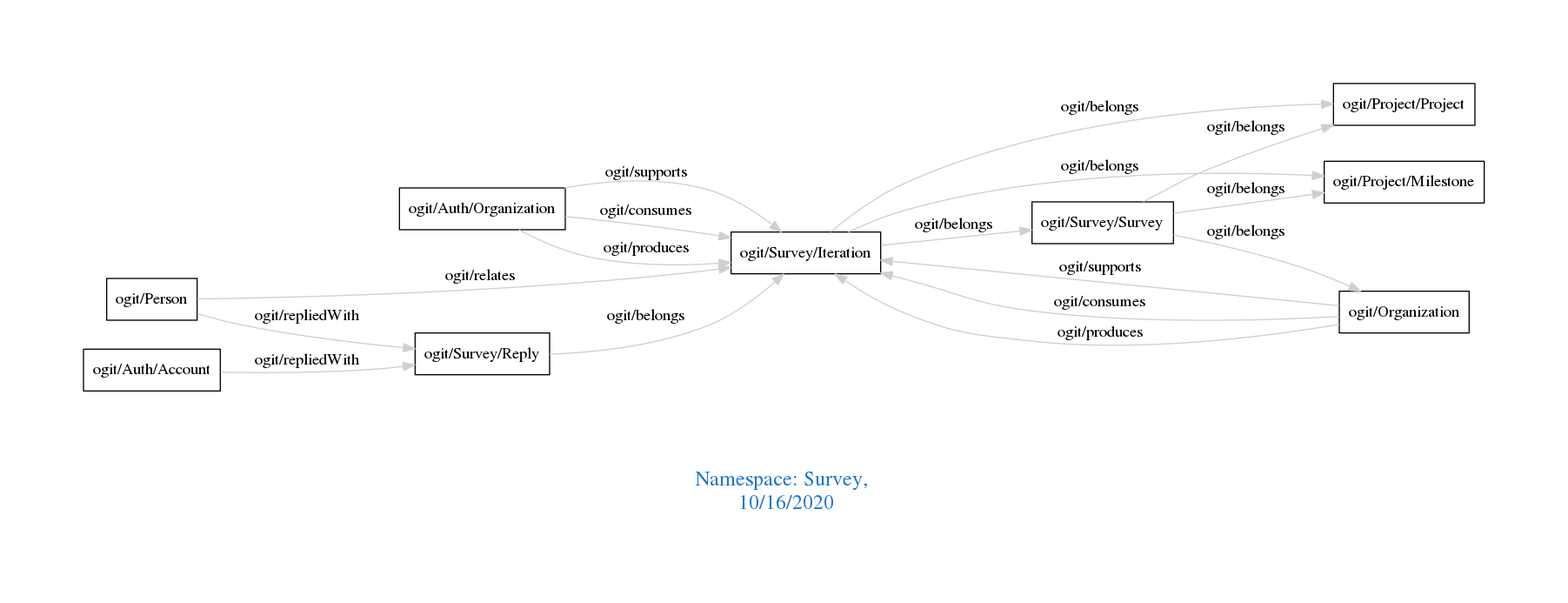
This is downloads/Survey.png from arago/OGIT, a Graphviz export, as it was before one commit. Its source is kept beside it as downloads/Survey.dot.
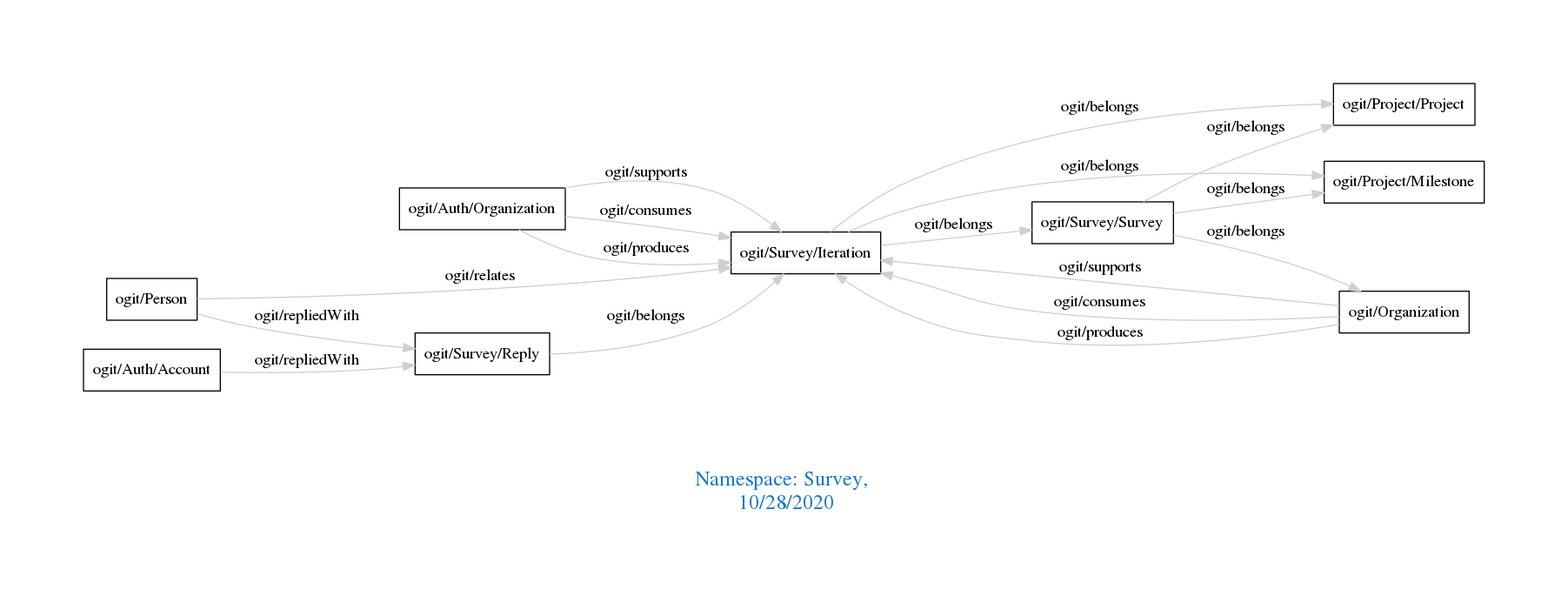
The same diagram one commit later.

Change to the diagram source:
```diff
@@ -1,7 +1,7 @@
 digraph OGIT_ontology {
  graph [ rankdir= LR,pad=1
 fontsize = 18,
-fontcolor= dodgerblue3,label = "\n\n\nNamespace: Survey, \n 10/16/2020"];
+fontcolor= dodgerblue3,label = "\n\n\nNamespace: Survey, \n 10/28/2020"];
 node[shape=polygon];
 edge [  color="gray81"];
 
```
